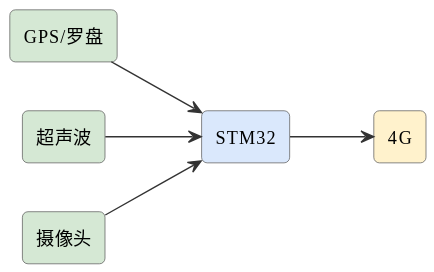
Earlier version of the PlantUML export assets/diagrams/ideas-fig98.svg (mingyi0818/IntelligentMcuCourse).
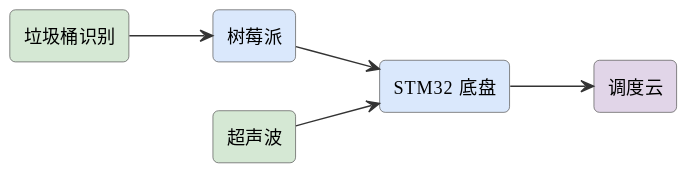
The same file after the commit.

Change to the diagram source:
```diff
@@ -6,13 +6,13 @@
 skinparam arrowFontSize 11
 skinparam arrowColor #333
 left to right direction
-rectangle "GPS/罗盘" as gps #d5e8d4
+rectangle "垃圾桶识别" as cam #d5e8d4
+rectangle "树莓派" as pi #dae8fc
+rectangle "STM32 底盘" as stm #dae8fc
 rectangle "超声波" as ult #d5e8d4
-rectangle "STM32" as stm #dae8fc
-rectangle "摄像头" as cam #d5e8d4
-rectangle "4G" as g #fff2cc
-gps --> stm
+rectangle "调度云" as cloud #e1d5e8
+cam --> pi
+pi --> stm
 ult --> stm
-cam --> stm
-stm --> g
+stm --> cloud
 @enduml
```
